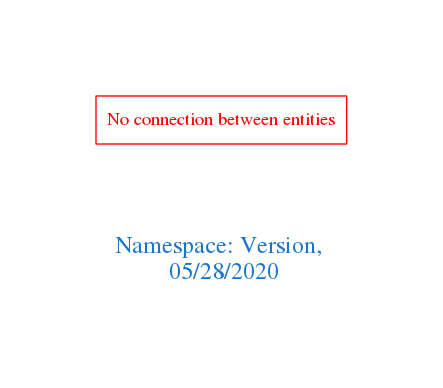
Before: downloads/Version.png, a diagram exported from Graphviz (arago/OGIT). Its source is kept beside it as downloads/Version.dot.
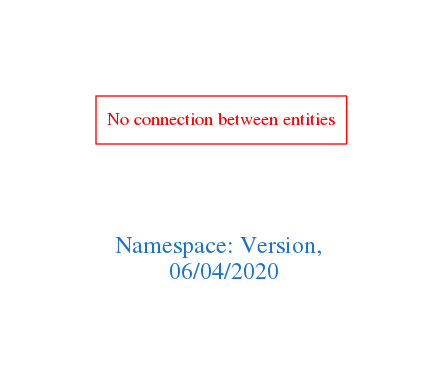
The same diagram one commit later.

What changed in the source:
```diff
@@ -1,7 +1,7 @@
 digraph OGIT_ontology {
  graph [ rankdir= LR,pad=1
 fontsize = 18,
-fontcolor= dodgerblue3,label = "\n\n\nNamespace: Version, \n 05/28/2020"];
+fontcolor= dodgerblue3,label = "\n\n\nNamespace: Version, \n 06/04/2020"];
 node[shape=polygon];
 edge [  color="gray81"];
 
```
